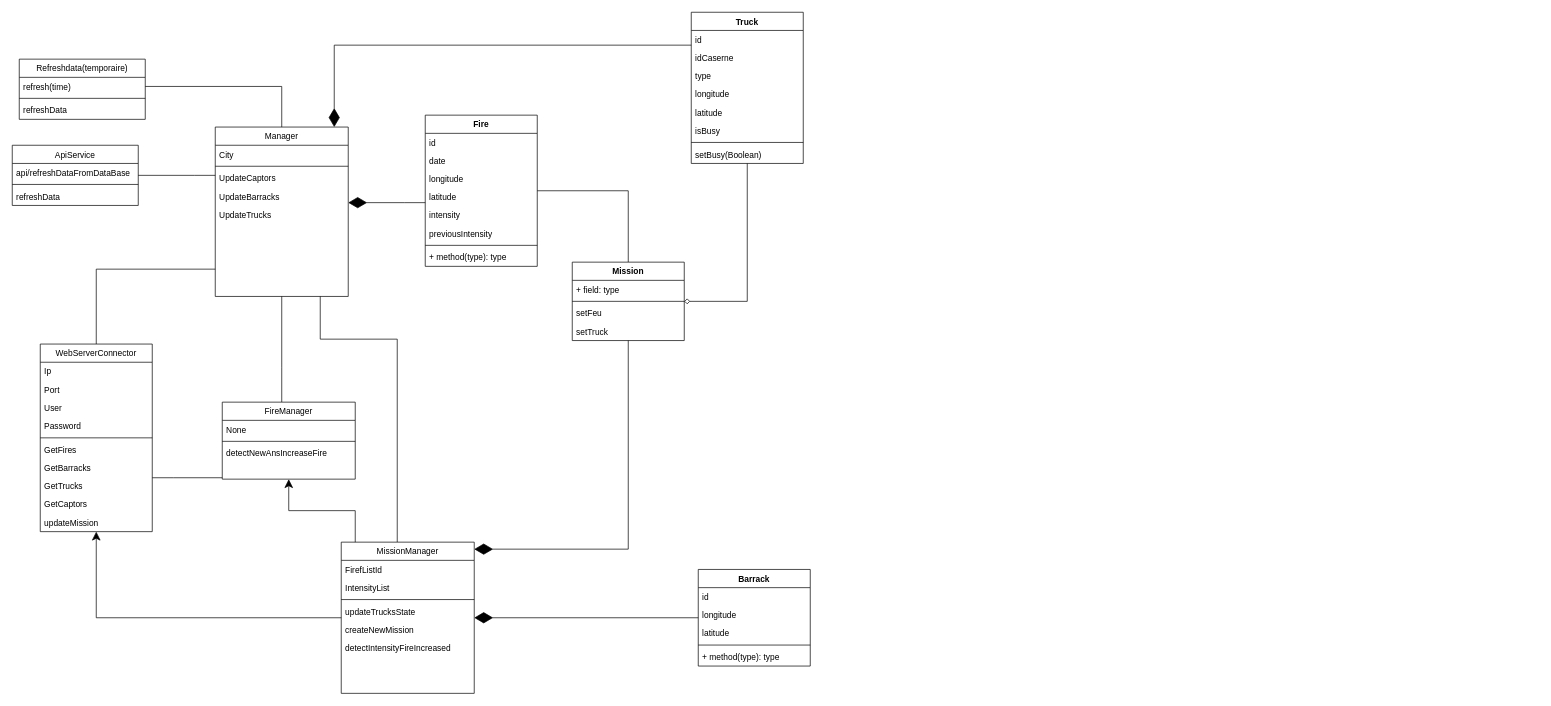
The draw.io diagram UML/Diagramme de classe Emergency manager.drawio in Emile-Bergin/S7-ProjetScientifique, before the edit. Source tidied: cells renumbered, new cells numbered last; positions are measured from the earlier drawing's top-left corner, leaving out a move shared by most shapes. Both pictures are drawn from the tidied source at 70%, with x=0, y=0 at pixel (12, 12).
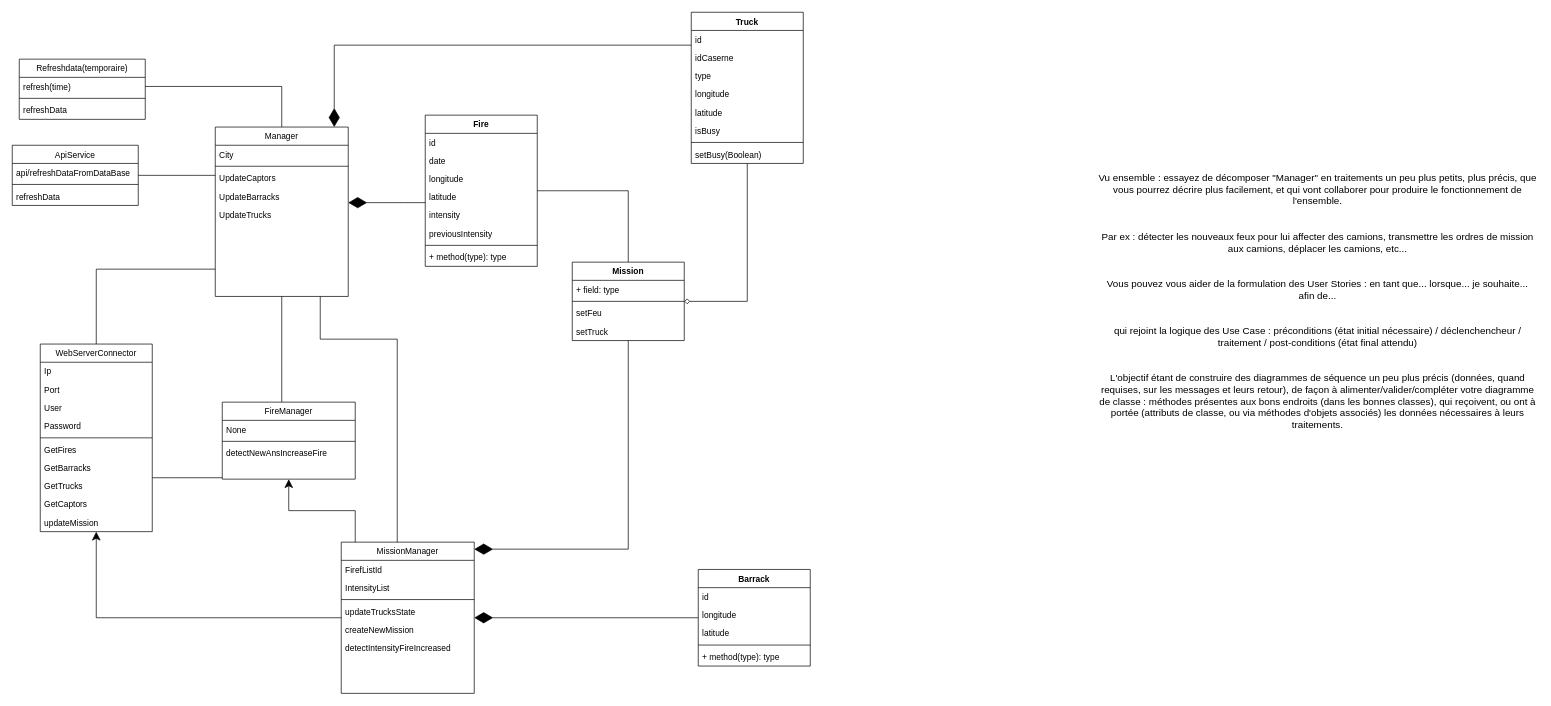
The same page after the edit.

What changed in the source:
```diff
@@
+    <mxCell id="81" value="&lt;div style=&quot;box-sizing: border-box ; font-family: &amp;#34;segoe ui&amp;#34; , , &amp;#34;apple color emoji&amp;#34; , &amp;#34;segoe ui emoji&amp;#34; , sans-serif ; font-size: 14px&quot;&gt;&lt;div&gt;Vu ensemble : essayez de décomposer &quot;Manager&quot; en traitements un peu plus petits, plus précis, que vous pourrez décrire plus facilement, et qui vont collaborer pour produire le fonctionnement de l'ensemble.&lt;/div&gt;&lt;br/&gt;&lt;br/&gt;&lt;div&gt;Par ex : détecter les nouveaux feux pour lui affecter des camions, transmettre les ordres de mission aux camions, déplacer les camions, etc...&lt;/div&gt;&lt;br/&gt;&lt;br/&gt;&lt;div&gt;Vous pouvez vous aider de la formulation des User Stories : en tant que... lorsque... je souhaite... afin de...&lt;/div&gt;&lt;br/&gt;&lt;br/&gt;&lt;div&gt;qui rejoint la logique des Use Case : préconditions (état initial nécessaire) / déclenchencheur / traitement / post-conditions (état final attendu)&lt;/div&gt;&lt;br/&gt;&lt;br/&gt;&lt;div&gt;L'objectif étant de construire des diagrammes de séquence un peu plus précis (données, quand requises, sur les messages et leurs retour), de façon à alimenter/valider/compléter votre diagramme de classe : méthodes présentes aux bons endroits (dans les bonnes classes), qui reçoivent, ou ont à portée (attributs de classe, ou via méthodes d'objets associés) les données nécessaires à leurs traitements.&lt;/div&gt;&lt;/div&gt;" style="text;html=1;strokeColor=none;fillColor=none;align=center;verticalAlign=middle;whiteSpace=wrap;rounded=0;" parent="1" vertex="1">
+      <mxGeometry x="1550" y="228" width="630" height="370" as="geometry" />
+    </mxCell>
```
